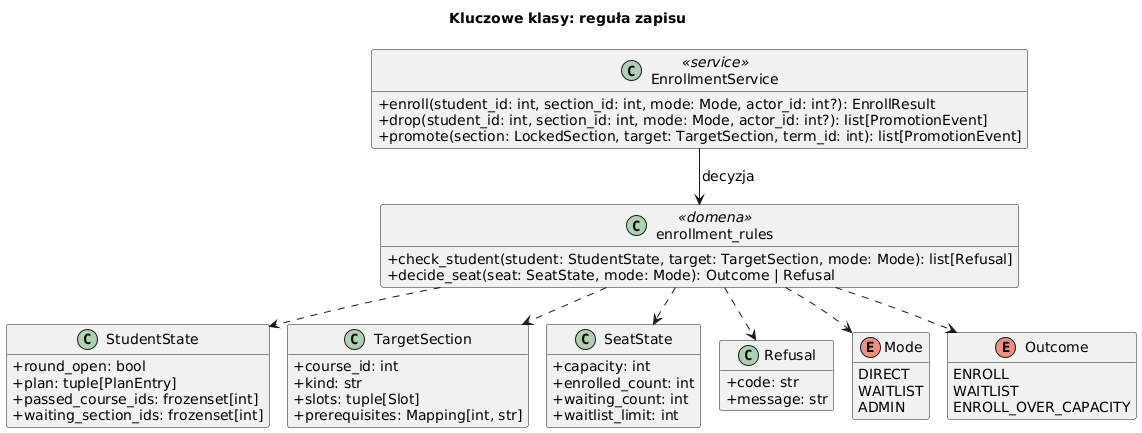
Husaria55/USOSv2 keeps this PlantUML diagram as etap3/diagramy/klasy_skrot.png. Above is the earlier version. Its diagram source:
```plantuml
@startuml klasy_skrot
!pragma layout smetana
title Kluczowe klasy: reguła zapisu
skinparam shadowing false
skinparam classAttributeIconSize 0
skinparam defaultFontSize 14
hide empty members

class EnrollmentService <<service>> {
  + enroll(student_id: int, section_id: int, mode: Mode, actor_id: int?): EnrollResult
  + drop(student_id: int, section_id: int, mode: Mode, actor_id: int?): list[PromotionEvent]
  + promote(section: LockedSection, target: TargetSection, term_id: int): list[PromotionEvent]
}
class enrollment_rules <<domena>> {
  + check_student(student: StudentState, target: TargetSection, mode: Mode): list[Refusal]
  + decide_seat(seat: SeatState, mode: Mode): Outcome | Refusal
}
class StudentState {
  + round_open: bool
  + plan: tuple[PlanEntry]
  + passed_course_ids: frozenset[int]
  + waiting_section_ids: frozenset[int]
}
class TargetSection {
  + course_id: int
  + kind: str
  + slots: tuple[Slot]
  + prerequisites: Mapping[int, str]
}
class SeatState {
  + capacity: int
  + enrolled_count: int
  + waiting_count: int
  + waitlist_limit: int
}
class Refusal {
  + code: str
  + message: str
}
enum Mode {
  DIRECT
  WAITLIST
  ADMIN
}
enum Outcome {
  ENROLL
  WAITLIST
  ENROLL_OVER_CAPACITY
}

EnrollmentService --> enrollment_rules : decyzja
enrollment_rules ..> StudentState
enrollment_rules ..> TargetSection
enrollment_rules ..> SeatState
enrollment_rules ..> Refusal
enrollment_rules ..> Outcome
enrollment_rules ..> Mode
@enduml
```
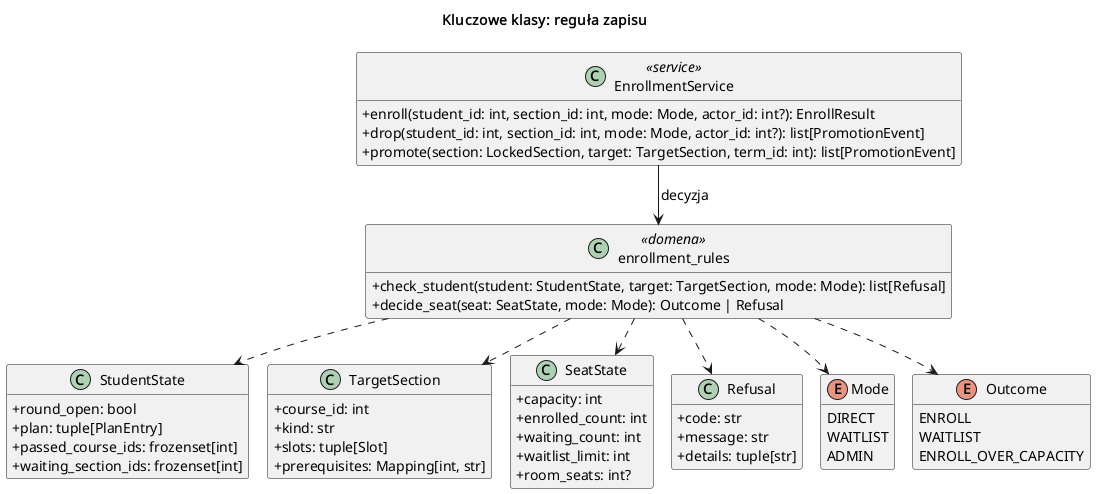
Later version of the same file.

What changed in the source:
```diff
@@ -32,10 +32,12 @@
   + enrolled_count: int
   + waiting_count: int
   + waitlist_limit: int
+  + room_seats: int?
 }
 class Refusal {
   + code: str
   + message: str
+  + details: tuple[str]
 }
 enum Mode {
   DIRECT
```
